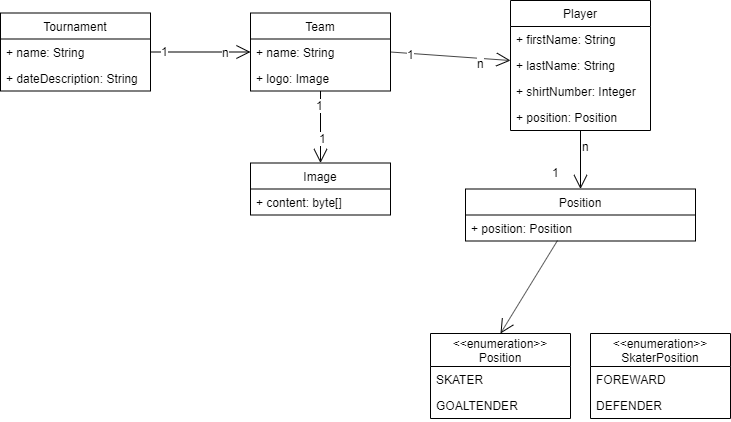
Before: documentation/ysg-manager_class-diagram.png, a diagram exported from draw.io (lukas99/ysg-manager). Source tidied: cells renumbered, new cells last; positions are measured from the earlier drawing's top-left corner, leaving out a move shared by most shapes.
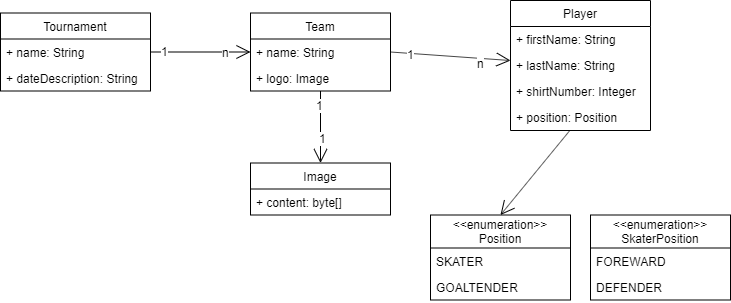
The same file after the commit.

Commit message:
removed position class

Change to the diagram source:
```diff
@@ -75,7 +75,7 @@
       </mxGeometry>
     </mxCell>
     <mxCell id="24" value="&lt;&lt;enumeration&gt;&gt;&#10;Position" style="swimlane;fontStyle=0;horizontal=1;startSize=33;fillColor=none;" parent="1" vertex="1">
-      <mxGeometry x="430" y="333" width="140" height="85" as="geometry" />
+      <mxGeometry x="430" y="214.5" width="140" height="85" as="geometry" />
     </mxCell>
     <mxCell id="25" value="SKATER" style="text;strokeColor=none;fillColor=none;align=left;verticalAlign=top;spacingLeft=4;spacingRight=4;overflow=hidden;" parent="24" vertex="1">
       <mxGeometry y="33" width="140" height="26" as="geometry" />
@@ -84,7 +84,7 @@
       <mxGeometry y="59" width="140" height="26" as="geometry" />
     </mxCell>
     <mxCell id="27" value="&lt;&lt;enumeration&gt;&gt;&#10;SkaterPosition" style="swimlane;fontStyle=0;horizontal=1;startSize=33;fillColor=none;" parent="1" vertex="1">
-      <mxGeometry x="590" y="333" width="140" height="85" as="geometry" />
+      <mxGeometry x="590" y="214.5" width="140" height="85" as="geometry" />
     </mxCell>
     <mxCell id="28" value="FOREWARD" style="text;strokeColor=none;fillColor=none;align=left;verticalAlign=top;spacingLeft=4;spacingRight=4;overflow=hidden;" parent="27" vertex="1">
       <mxGeometry y="33" width="140" height="26" as="geometry" />
@@ -92,23 +92,8 @@
     <mxCell id="29" value="DEFENDER" style="text;strokeColor=none;fillColor=none;align=left;verticalAlign=top;spacingLeft=4;spacingRight=4;overflow=hidden;" parent="27" vertex="1">
       <mxGeometry y="59" width="140" height="26" as="geometry" />
     </mxCell>
-    <mxCell id="30" value="Position" style="swimlane;fontStyle=0;horizontal=1;startSize=26;fillColor=none;" parent="1" vertex="1">
-      <mxGeometry x="465" y="188.5" width="230" height="52" as="geometry" />
-    </mxCell>
-    <mxCell id="31" value="+ position: Position" style="text;strokeColor=none;fillColor=none;align=left;verticalAlign=top;spacingLeft=4;spacingRight=4;overflow=hidden;points=[[0,0.5],[1,0.5]];portConstraint=eastwest;" parent="30" vertex="1">
-      <mxGeometry y="26" width="230" height="26" as="geometry" />
-    </mxCell>
-    <mxCell id="32" style="endArrow=open;endFill=1;endSize=12;html=1;entryX=0.5;entryY=0;entryDx=0;entryDy=0;" parent="1" edge="1" source="12" target="30">
+    <mxCell id="32" style="endArrow=open;endFill=1;endSize=12;html=1;entryX=0.5;entryY=0;entryDx=0;entryDy=0;" parent="1" edge="1" source="12" target="24">
       <mxGeometry relative="1" as="geometry" />
     </mxCell>
-    <mxCell id="33" value="n" style="text;html=1;align=left;verticalAlign=top;spacingTop=-4;" parent="1" vertex="1">
-      <mxGeometry x="580" y="136.5" width="20" height="20" as="geometry" />
-    </mxCell>
-    <mxCell id="34" value="1" style="text;html=1;align=left;verticalAlign=top;spacingTop=-4;" parent="1" vertex="1">
-      <mxGeometry x="550" y="162.5" width="20" height="20" as="geometry" />
-    </mxCell>
-    <mxCell id="35" style="endArrow=open;endFill=1;endSize=12;html=1;exitX=0.4;exitY=0.981;exitDx=0;exitDy=0;exitPerimeter=0;entryX=0.5;entryY=0;entryDx=0;entryDy=0;" parent="1" edge="1" source="31" target="24">
-      <mxGeometry relative="1" as="geometry" />
-    </mxCell>
   </root>
 </mxGraphModel>
```
